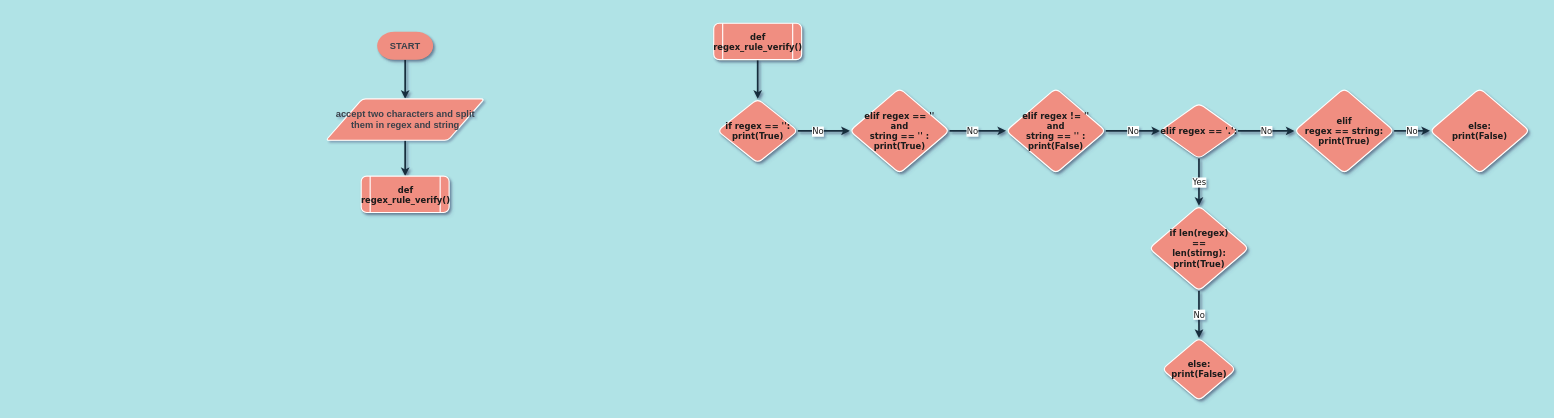
akshay-ken/python keeps this draw.io diagram as python/Regex Engine.drawio. Above is the earlier version. Source tidied: cells renumbered, new cells numbered last; positions are measured from the earlier drawing's top-left corner, leaving out a move shared by most shapes. Both pictures are drawn from the tidied source at 56%, with x=0, y=0 at pixel (325, 23).
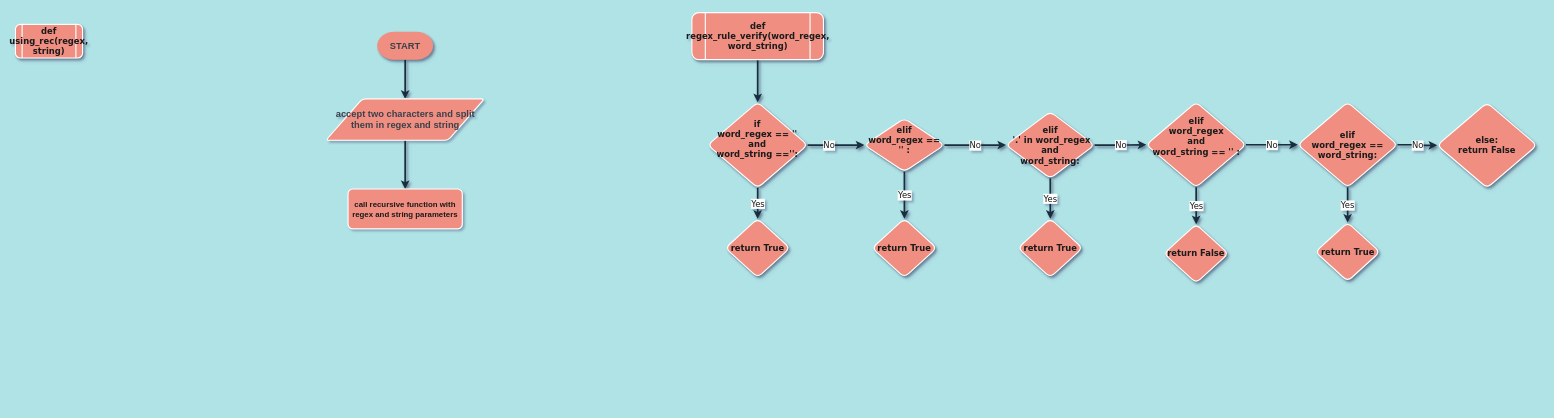
After the change.

Unchanged cells that the change refers to:
```xml
<mxCell id="5" value="&lt;span data-lucid-content=&quot;{&amp;#34;t&amp;#34;:&amp;#34;print('Hello {name}')&amp;#34;,&amp;#34;m&amp;#34;:[{&amp;#34;s&amp;#34;:0,&amp;#34;n&amp;#34;:&amp;#34;a&amp;#34;,&amp;#34;v&amp;#34;:&amp;#34;center&amp;#34;},{&amp;#34;s&amp;#34;:0,&amp;#34;n&amp;#34;:&amp;#34;f&amp;#34;,&amp;#34;v&amp;#34;:&amp;#34;Orbitron&amp;#34;,&amp;#34;e&amp;#34;:21},{&amp;#34;s&amp;#34;:0,&amp;#34;n&amp;#34;:&amp;#34;fc&amp;#34;,&amp;#34;v&amp;#34;:&amp;#34;Bold&amp;#34;,&amp;#34;e&amp;#34;:21},{&amp;#34;s&amp;#34;:0,&amp;#34;n&amp;#34;:&amp;#34;fid&amp;#34;,&amp;#34;v&amp;#34;:1706,&amp;#34;e&amp;#34;:21},{&amp;#34;s&amp;#34;:0,&amp;#34;n&amp;#34;:&amp;#34;b&amp;#34;,&amp;#34;v&amp;#34;:true,&amp;#34;e&amp;#34;:21},{&amp;#34;s&amp;#34;:0,&amp;#34;n&amp;#34;:&amp;#34;s&amp;#34;,&amp;#34;v&amp;#34;:22.222222222222218,&amp;#34;e&amp;#34;:21},{&amp;#34;s&amp;#34;:0,&amp;#34;n&amp;#34;:&amp;#34;c&amp;#34;,&amp;#34;v&amp;#34;:&amp;#34;3a414aff&amp;#34;,&amp;#34;e&amp;#34;:21}]}&quot;&gt;&lt;span style=&quot;font-weight: bold ; font-size: 16.6667px ; color: rgb(58 , 65 , 74)&quot;&gt;accept two characters and split them in regex and string&lt;/span&gt;&lt;/span&gt;" style="shape=parallelogram;html=1;strokeWidth=2;perimeter=parallelogramPerimeter;whiteSpace=wrap;rounded=1;arcSize=12;size=0.23;labelBackgroundColor=none;labelBorderColor=none;comic=0;fontFamily=Helvetica;fontSize=12;fillColor=#F08E81;strokeColor=#FFFFFF;sketch=0;fontColor=#1A1A1A;" parent="1" vertex="1">
  <mxGeometry x="0.5" y="135" width="283" height="74" as="geometry" />
</mxCell>
```

What changed in the source:
```diff
@@
-    <mxCell id="4" style="edgeStyle=orthogonalEdgeStyle;shape=connector;curved=0;rounded=1;sketch=0;jettySize=auto;html=1;shadow=1;labelBackgroundColor=default;fontFamily=Verdana;fontSize=15;fontColor=#1A1A1A;endArrow=classic;strokeColor=#182E3E;strokeWidth=3;" parent="1" edge="1" source="5" target="6">
-      <mxGeometry relative="1" as="geometry" />
-    </mxCell>
+    <mxCell id="26" style="edgeStyle=orthogonalEdgeStyle;shape=connector;curved=0;rounded=1;sketch=0;jettySize=auto;html=1;shadow=1;labelBackgroundColor=default;fontFamily=Verdana;fontSize=15;fontColor=#1A1A1A;endArrow=classic;strokeColor=#182E3E;strokeWidth=3;" parent="1" edge="1" source="5" target="39">
+      <mxGeometry relative="1" as="geometry" />
+    </mxCell>
@@
-    <mxCell id="6" value="def&lt;br&gt;regex_rule_verify()" style="shape=process;whiteSpace=wrap;html=1;backgroundOutline=1;rounded=1;labelBackgroundColor=none;labelBorderColor=none;comic=0;sketch=0;fontFamily=Verdana;fontSize=15;fontColor=#1A1A1A;strokeColor=#FFFFFF;strokeWidth=2;fillColor=#F08E81;fontStyle=1;shadow=1;glass=0;" parent="1" vertex="1">
-      <mxGeometry x="63.5" y="273" width="157" height="65" as="geometry" />
-    </mxCell>
@@
-    <mxCell id="8" value="def&lt;br&gt;regex_rule_verify()" style="shape=process;whiteSpace=wrap;html=1;backgroundOutline=1;rounded=1;labelBackgroundColor=none;labelBorderColor=none;comic=0;sketch=0;fontFamily=Verdana;fontSize=15;fontColor=#1A1A1A;strokeColor=#FFFFFF;strokeWidth=2;fillColor=#F08E81;fontStyle=1;shadow=1;glass=0;" parent="1" vertex="1">
-      <mxGeometry x="693" width="157" height="65" as="geometry" />
+    <mxCell id="8" value="def&lt;br&gt;regex_rule_verify(word_regex, word_string)" style="shape=process;whiteSpace=wrap;html=1;backgroundOutline=1;rounded=1;labelBackgroundColor=none;labelBorderColor=none;comic=0;sketch=0;fontFamily=Verdana;fontSize=15;fontColor=#1A1A1A;strokeColor=#FFFFFF;strokeWidth=2;fillColor=#F08E81;fontStyle=1;shadow=1;glass=0;" parent="1" vertex="1">
+      <mxGeometry x="654" y="-19" width="235" height="84" as="geometry" />
     </mxCell>
@@
+    <mxCell id="27" value="Yes" style="edgeStyle=orthogonalEdgeStyle;shape=connector;curved=0;rounded=1;sketch=0;jettySize=auto;html=1;shadow=1;labelBackgroundColor=default;fontFamily=Verdana;fontSize=15;fontColor=#1A1A1A;endArrow=classic;strokeColor=#182E3E;strokeWidth=3;" parent="1" edge="1" source="11" target="35">
+      <mxGeometry relative="1" as="geometry" />
+    </mxCell>
-    <mxCell id="11" value="if regex == '':&lt;br&gt;print(True)" style="rhombus;whiteSpace=wrap;html=1;fontSize=15;fontFamily=Verdana;fillColor=#F08E81;strokeColor=#FFFFFF;fontColor=#1A1A1A;rounded=1;labelBackgroundColor=none;labelBorderColor=none;comic=0;sketch=0;strokeWidth=2;fontStyle=1;shadow=1;glass=0;" parent="1" vertex="1">
-      <mxGeometry x="699.8" y="135" width="143.5" height="114.5" as="geometry" />
+    <mxCell id="11" value="if&lt;br&gt;word_regex == ''&lt;br&gt;and&lt;br&gt;word_string =='':" style="rhombus;whiteSpace=wrap;html=1;fontSize=15;fontFamily=Verdana;fillColor=#F08E81;strokeColor=#FFFFFF;fontColor=#1A1A1A;rounded=1;labelBackgroundColor=none;labelBorderColor=none;comic=0;sketch=0;strokeWidth=2;fontStyle=1;shadow=1;glass=0;spacingTop=-21;" parent="1" vertex="1">
+      <mxGeometry x="682.4" y="141" width="178.2" height="153" as="geometry" />
     </mxCell>
-    <mxCell id="12" style="edgeStyle=orthogonalEdgeStyle;shape=connector;curved=0;rounded=1;sketch=0;jettySize=auto;html=1;shadow=1;labelBackgroundColor=default;fontFamily=Verdana;fontSize=15;fontColor=#1A1A1A;endArrow=classic;strokeColor=#182E3E;strokeWidth=3;" parent="1" edge="1" source="14" target="16">
-      <mxGeometry relative="1" as="geometry" />
-    </mxCell>
-    <mxCell id="13" value="No" style="edgeLabel;html=1;align=center;verticalAlign=middle;fontSize=15;fontFamily=Verdana;fontColor=#1A1A1A;" parent="12" vertex="1">
-      <mxGeometry x="-0.25" y="-2" relative="1" as="geometry">
-        <mxPoint x="2" y="-2" as="offset" />
-      </mxGeometry>
-    </mxCell>
+    <mxCell id="28" value="No" style="edgeStyle=orthogonalEdgeStyle;shape=connector;curved=0;rounded=1;sketch=0;jettySize=auto;html=1;shadow=1;labelBackgroundColor=default;fontFamily=Verdana;fontSize=15;fontColor=#1A1A1A;endArrow=classic;strokeColor=#182E3E;strokeWidth=3;" parent="1" edge="1" source="14" target="19">
+      <mxGeometry relative="1" as="geometry" />
+    </mxCell>
+    <mxCell id="29" value="Yes" style="edgeStyle=orthogonalEdgeStyle;shape=connector;curved=0;rounded=1;sketch=0;jettySize=auto;html=1;shadow=1;labelBackgroundColor=default;fontFamily=Verdana;fontSize=15;fontColor=#1A1A1A;endArrow=classic;strokeColor=#182E3E;strokeWidth=3;" parent="1" edge="1" source="14" target="34">
+      <mxGeometry relative="1" as="geometry" />
+    </mxCell>
-    <mxCell id="14" value="elif regex == ''&lt;br&gt;and&lt;br&gt;string == '' :&lt;br&gt;print(True)" style="rhombus;whiteSpace=wrap;html=1;fontSize=15;fontFamily=Verdana;fillColor=#F08E81;strokeColor=#FFFFFF;fontColor=#1A1A1A;rounded=1;labelBackgroundColor=none;labelBorderColor=none;comic=0;sketch=0;strokeWidth=2;fontStyle=1;shadow=1;glass=0;" parent="1" vertex="1">
-      <mxGeometry x="936" y="116.2" width="178" height="152" as="geometry" />
+    <mxCell id="14" value="elif&lt;br&gt;word_regex == ''&amp;nbsp;:" style="rhombus;whiteSpace=wrap;html=1;fontSize=15;fontFamily=Verdana;fillColor=#F08E81;strokeColor=#FFFFFF;fontColor=#1A1A1A;rounded=1;labelBackgroundColor=none;labelBorderColor=none;comic=0;sketch=0;strokeWidth=2;fontStyle=1;shadow=1;glass=0;spacing=0;spacingBottom=19;" parent="1" vertex="1">
+      <mxGeometry x="962" y="170" width="143" height="95" as="geometry" />
     </mxCell>
-    <mxCell id="15" value="No" style="edgeStyle=orthogonalEdgeStyle;shape=connector;curved=0;rounded=1;sketch=0;jettySize=auto;html=1;shadow=1;labelBackgroundColor=default;fontFamily=Verdana;fontSize=15;fontColor=#1A1A1A;endArrow=classic;strokeColor=#182E3E;strokeWidth=3;" parent="1" edge="1" source="16" target="19">
-      <mxGeometry relative="1" as="geometry" />
-    </mxCell>
+    <mxCell id="30" value="Yes" style="edgeStyle=orthogonalEdgeStyle;shape=connector;curved=0;rounded=1;sketch=0;jettySize=auto;html=1;shadow=1;labelBackgroundColor=default;fontFamily=Verdana;fontSize=15;fontColor=#1A1A1A;endArrow=classic;strokeColor=#182E3E;strokeWidth=3;entryX=0.5;entryY=0;entryDx=0;entryDy=0;" parent="1" edge="1" source="16" target="37">
+      <mxGeometry relative="1" as="geometry" />
+    </mxCell>
+    <mxCell id="31" value="No" style="edgeStyle=orthogonalEdgeStyle;shape=connector;curved=0;rounded=1;sketch=0;jettySize=auto;html=1;shadow=1;labelBackgroundColor=default;fontFamily=Verdana;fontSize=15;fontColor=#1A1A1A;endArrow=classic;strokeColor=#182E3E;strokeWidth=3;" parent="1" edge="1" source="16" target="24">
+      <mxGeometry relative="1" as="geometry" />
+    </mxCell>
-    <mxCell id="16" value="elif regex != ''&lt;br&gt;and&lt;br&gt;string == '' :&lt;br&gt;print(False)" style="rhombus;whiteSpace=wrap;html=1;fontSize=15;fontFamily=Verdana;fillColor=#F08E81;strokeColor=#FFFFFF;fontColor=#1A1A1A;rounded=1;labelBackgroundColor=none;labelBorderColor=none;comic=0;sketch=0;strokeWidth=2;fontStyle=1;shadow=1;glass=0;" parent="1" vertex="1">
-      <mxGeometry x="1215" y="116.2" width="178" height="152" as="geometry" />
+    <mxCell id="16" value="elif&lt;br&gt;word_regex&lt;br&gt;and&lt;br&gt;word_string == '' :" style="rhombus;whiteSpace=wrap;html=1;fontSize=15;fontFamily=Verdana;fillColor=#F08E81;strokeColor=#FFFFFF;fontColor=#1A1A1A;rounded=1;labelBackgroundColor=none;labelBorderColor=none;comic=0;sketch=0;strokeWidth=2;fontStyle=1;shadow=1;glass=0;spacing=0;spacingTop=-30;" parent="1" vertex="1">
+      <mxGeometry x="1465.5" y="141" width="178" height="152" as="geometry" />
     </mxCell>
-    <mxCell id="17" value="Yes" style="edgeStyle=orthogonalEdgeStyle;shape=connector;curved=0;rounded=1;sketch=0;jettySize=auto;html=1;shadow=1;labelBackgroundColor=default;fontFamily=Verdana;fontSize=15;fontColor=#1A1A1A;endArrow=classic;strokeColor=#182E3E;strokeWidth=3;" parent="1" edge="1" source="19" target="21">
+    <mxCell id="17" value="Yes" style="edgeStyle=orthogonalEdgeStyle;shape=connector;curved=0;rounded=1;sketch=0;jettySize=auto;html=1;shadow=1;labelBackgroundColor=default;fontFamily=Verdana;fontSize=15;fontColor=#1A1A1A;endArrow=classic;strokeColor=#182E3E;strokeWidth=3;entryX=0.5;entryY=0;entryDx=0;entryDy=0;" parent="1" edge="1" source="19" target="36">
       <mxGeometry relative="1" as="geometry" />
     </mxCell>
-    <mxCell id="18" value="No" style="edgeStyle=orthogonalEdgeStyle;shape=connector;curved=0;rounded=1;sketch=0;jettySize=auto;html=1;shadow=1;labelBackgroundColor=default;fontFamily=Verdana;fontSize=15;fontColor=#1A1A1A;endArrow=classic;strokeColor=#182E3E;strokeWidth=3;" parent="1" edge="1" source="19" target="24">
-      <mxGeometry relative="1" as="geometry" />
-    </mxCell>
+    <mxCell id="32" value="No" style="edgeStyle=orthogonalEdgeStyle;shape=connector;curved=0;rounded=1;sketch=0;jettySize=auto;html=1;shadow=1;labelBackgroundColor=default;fontFamily=Verdana;fontSize=15;fontColor=#1A1A1A;endArrow=classic;strokeColor=#182E3E;strokeWidth=3;" parent="1" edge="1" source="19" target="16">
+      <mxGeometry relative="1" as="geometry" />
+    </mxCell>
-    <mxCell id="19" value="elif regex == '.':" style="rhombus;whiteSpace=wrap;html=1;fontSize=15;fontFamily=Verdana;fillColor=#F08E81;strokeColor=#FFFFFF;fontColor=#1A1A1A;rounded=1;labelBackgroundColor=none;labelBorderColor=none;comic=0;sketch=0;strokeWidth=2;fontStyle=1;shadow=1;glass=0;" parent="1" vertex="1">
-      <mxGeometry x="1490" y="142.9" width="139" height="98.8" as="geometry" />
+    <mxCell id="19" value="elif&lt;br&gt;&amp;nbsp;'.' in word_regex &lt;br&gt;and &lt;br&gt;word_string:" style="rhombus;whiteSpace=wrap;html=1;fontSize=15;fontFamily=Verdana;fillColor=#F08E81;strokeColor=#FFFFFF;fontColor=#1A1A1A;rounded=1;labelBackgroundColor=none;labelBorderColor=none;comic=0;sketch=0;strokeWidth=2;fontStyle=1;shadow=1;glass=0;" parent="1" vertex="1">
+      <mxGeometry x="1215" y="158" width="158" height="119" as="geometry" />
     </mxCell>
-    <mxCell id="20" value="No" style="edgeStyle=orthogonalEdgeStyle;shape=connector;curved=0;rounded=1;sketch=0;jettySize=auto;html=1;shadow=1;labelBackgroundColor=default;fontFamily=Verdana;fontSize=15;fontColor=#1A1A1A;endArrow=classic;strokeColor=#182E3E;strokeWidth=3;" parent="1" edge="1" source="21" target="22">
-      <mxGeometry relative="1" as="geometry" />
-    </mxCell>
-    <mxCell id="21" value="if len(regex)&lt;br&gt;==&lt;br&gt;len(stirng):&lt;br&gt;print(True)" style="rhombus;whiteSpace=wrap;html=1;fontSize=15;fontFamily=Verdana;fillColor=#F08E81;strokeColor=#FFFFFF;fontColor=#1A1A1A;rounded=1;labelBackgroundColor=none;labelBorderColor=none;comic=0;sketch=0;strokeWidth=2;fontStyle=1;shadow=1;glass=0;" parent="1" vertex="1">
-      <mxGeometry x="1470.5" y="326" width="178" height="152" as="geometry" />
-    </mxCell>
-    <mxCell id="22" value="else:&lt;br&gt;print(False)" style="rhombus;whiteSpace=wrap;html=1;fontSize=15;fontFamily=Verdana;fillColor=#F08E81;strokeColor=#FFFFFF;fontColor=#1A1A1A;rounded=1;labelBackgroundColor=none;labelBorderColor=none;comic=0;sketch=0;strokeWidth=2;fontStyle=1;shadow=1;glass=0;" parent="1" vertex="1">
-      <mxGeometry x="1493.8" y="562" width="131.5" height="112" as="geometry" />
-    </mxCell>
@@
+    <mxCell id="33" value="Yes" style="edgeStyle=orthogonalEdgeStyle;shape=connector;curved=0;rounded=1;sketch=0;jettySize=auto;html=1;shadow=1;labelBackgroundColor=default;fontFamily=Verdana;fontSize=15;fontColor=#1A1A1A;endArrow=classic;strokeColor=#182E3E;strokeWidth=3;" parent="1" edge="1" source="24" target="38">
+      <mxGeometry relative="1" as="geometry" />
+    </mxCell>
-    <mxCell id="24" value="elif&lt;br&gt;regex == string:&lt;br&gt;print(True)" style="rhombus;whiteSpace=wrap;html=1;fontSize=15;fontFamily=Verdana;fillColor=#F08E81;strokeColor=#FFFFFF;fontColor=#1A1A1A;rounded=1;labelBackgroundColor=none;labelBorderColor=none;comic=0;sketch=0;strokeWidth=2;fontStyle=1;shadow=1;glass=0;" parent="1" vertex="1">
-      <mxGeometry x="1730" y="116.2" width="178" height="152" as="geometry" />
+    <mxCell id="24" value="elif&lt;br&gt;word_regex == word_string:" style="rhombus;whiteSpace=wrap;html=1;fontSize=15;fontFamily=Verdana;fillColor=#F08E81;strokeColor=#FFFFFF;fontColor=#1A1A1A;rounded=1;labelBackgroundColor=none;labelBorderColor=none;comic=0;sketch=0;strokeWidth=2;fontStyle=1;shadow=1;glass=0;" parent="1" vertex="1">
+      <mxGeometry x="1736" y="141" width="178" height="152" as="geometry" />
     </mxCell>
-    <mxCell id="25" value="else:&lt;br&gt;print(False)" style="rhombus;whiteSpace=wrap;html=1;fontSize=15;fontFamily=Verdana;fillColor=#F08E81;strokeColor=#FFFFFF;fontColor=#1A1A1A;rounded=1;labelBackgroundColor=none;labelBorderColor=none;comic=0;sketch=0;strokeWidth=2;fontStyle=1;shadow=1;glass=0;" parent="1" vertex="1">
-      <mxGeometry x="1972" y="116.2" width="178" height="152" as="geometry" />
+    <mxCell id="25" value="else:&lt;br&gt;return False" style="rhombus;whiteSpace=wrap;html=1;fontSize=15;fontFamily=Verdana;fillColor=#F08E81;strokeColor=#FFFFFF;fontColor=#1A1A1A;rounded=1;labelBackgroundColor=none;labelBorderColor=none;comic=0;sketch=0;strokeWidth=2;fontStyle=1;shadow=1;glass=0;" parent="1" vertex="1">
+      <mxGeometry x="1985" y="142" width="178" height="152" as="geometry" />
     </mxCell>
+    <mxCell id="34" value="return True" style="rhombus;whiteSpace=wrap;html=1;fontSize=15;fontFamily=Verdana;fillColor=#F08E81;strokeColor=#FFFFFF;fontColor=#1A1A1A;rounded=1;labelBackgroundColor=none;labelBorderColor=none;comic=0;sketch=0;strokeWidth=2;fontStyle=1;shadow=1;glass=0;" parent="1" vertex="1">
+      <mxGeometry x="976" y="349" width="115" height="104.8" as="geometry" />
+    </mxCell>
+    <mxCell id="35" value="return True" style="rhombus;whiteSpace=wrap;html=1;fontSize=15;fontFamily=Verdana;fillColor=#F08E81;strokeColor=#FFFFFF;fontColor=#1A1A1A;rounded=1;labelBackgroundColor=none;labelBorderColor=none;comic=0;sketch=0;strokeWidth=2;fontStyle=1;shadow=1;glass=0;" parent="1" vertex="1">
+      <mxGeometry x="714" y="349" width="115" height="104.8" as="geometry" />
+    </mxCell>
+    <mxCell id="36" value="return True" style="rhombus;whiteSpace=wrap;html=1;fontSize=15;fontFamily=Verdana;fillColor=#F08E81;strokeColor=#FFFFFF;fontColor=#1A1A1A;rounded=1;labelBackgroundColor=none;labelBorderColor=none;comic=0;sketch=0;strokeWidth=2;fontStyle=1;shadow=1;glass=0;" parent="1" vertex="1">
+      <mxGeometry x="1236.5" y="349" width="115" height="104.8" as="geometry" />
+    </mxCell>
+    <mxCell id="37" value="return False" style="rhombus;whiteSpace=wrap;html=1;fontSize=15;fontFamily=Verdana;fillColor=#F08E81;strokeColor=#FFFFFF;fontColor=#1A1A1A;rounded=1;labelBackgroundColor=none;labelBorderColor=none;comic=0;sketch=0;strokeWidth=2;fontStyle=1;shadow=1;glass=0;" parent="1" vertex="1">
+      <mxGeometry x="1497" y="359" width="115" height="104.8" as="geometry" />
+    </mxCell>
+    <mxCell id="38" value="return True" style="rhombus;whiteSpace=wrap;html=1;fontSize=15;fontFamily=Verdana;fillColor=#F08E81;strokeColor=#FFFFFF;fontColor=#1A1A1A;rounded=1;labelBackgroundColor=none;labelBorderColor=none;comic=0;sketch=0;strokeWidth=2;fontStyle=1;shadow=1;glass=0;" parent="1" vertex="1">
+      <mxGeometry x="1767.5" y="356" width="115" height="104.8" as="geometry" />
+    </mxCell>
+    <mxCell id="39" value="&lt;b&gt;&lt;font style=&quot;font-size: 14px&quot;&gt;call recursive function with regex and string parameters&lt;/font&gt;&lt;/b&gt;" style="whiteSpace=wrap;html=1;fillColor=#F08E81;strokeColor=#FFFFFF;fontColor=#1A1A1A;strokeWidth=2;rounded=1;arcSize=12;labelBackgroundColor=none;labelBorderColor=none;comic=0;sketch=0;" parent="1" vertex="1">
+      <mxGeometry x="40" y="296" width="204" height="71" as="geometry" />
+    </mxCell>
+    <mxCell id="40" value="&lt;b&gt;def using_rec(regex, string)&lt;/b&gt;" style="shape=process;whiteSpace=wrap;html=1;backgroundOutline=1;rounded=1;shadow=1;glass=0;labelBackgroundColor=none;labelBorderColor=none;comic=0;sketch=0;fontFamily=Verdana;fontSize=15;fontColor=#1A1A1A;strokeColor=#FFFFFF;strokeWidth=2;fillColor=#F08E81;" parent="1" vertex="1">
+      <mxGeometry x="-554" y="2" width="120" height="60" as="geometry" />
+    </mxCell>
```
